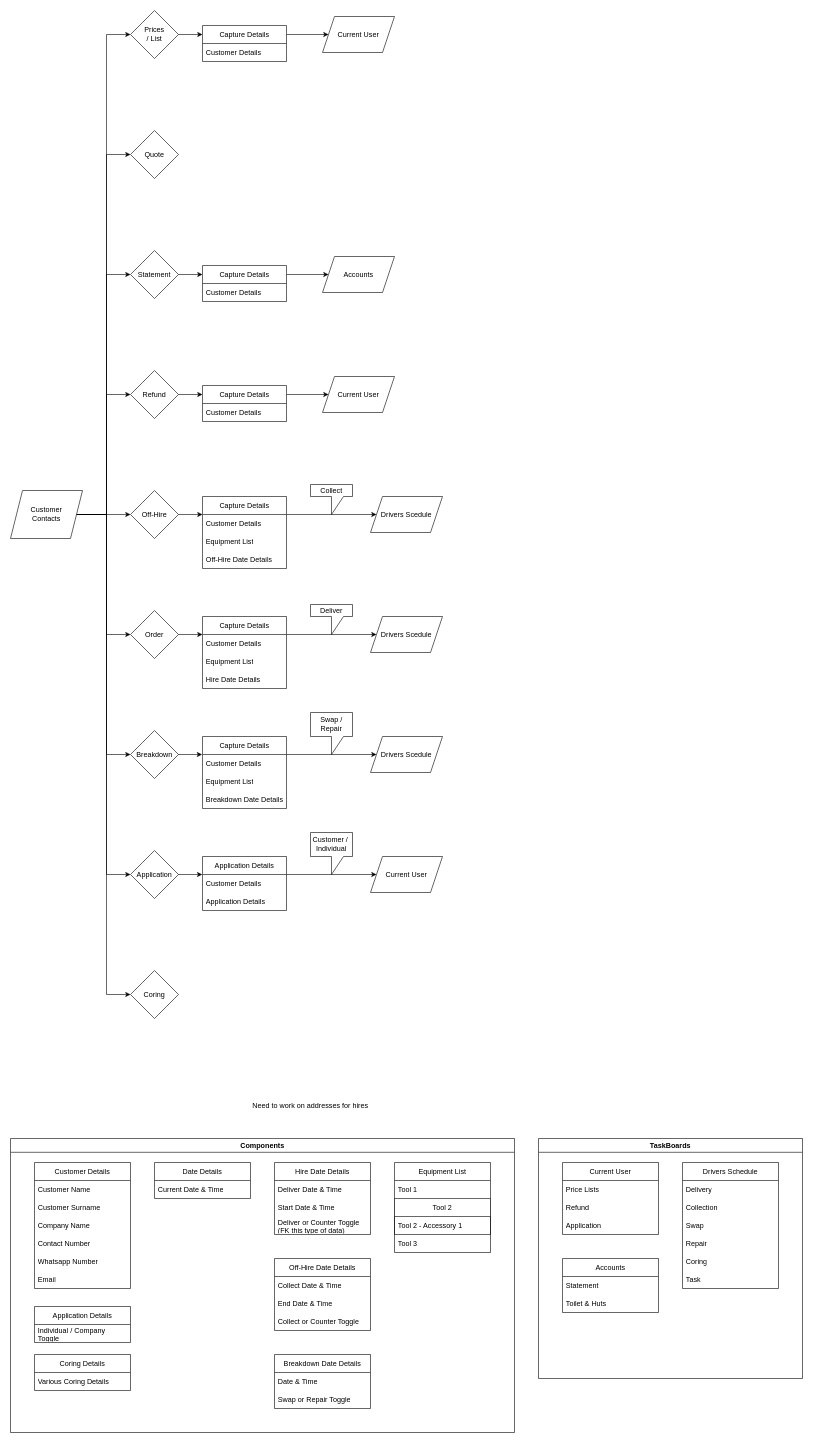
Before: public/docs/Diary.drawio in BeardedSeal77/AetherFlow, a draw.io diagram. Source tidied: cells renumbered, new cells numbered last; positions are measured from the earlier drawing's top-left corner, leaving out a move shared by most shapes. Both pictures are drawn from the tidied source at 60%, with x=0, y=0 at pixel (10, 10).
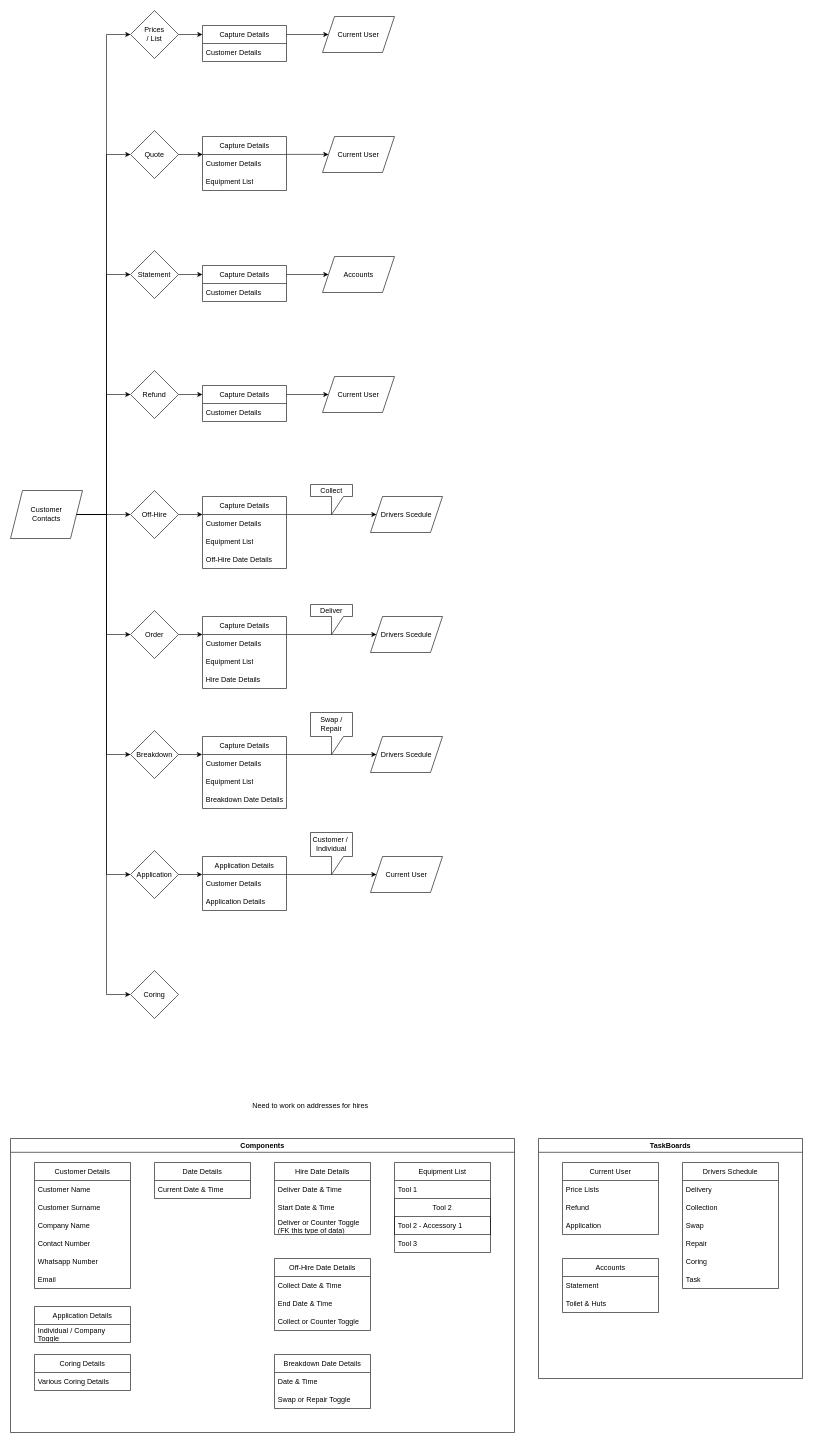
Above is the later version.

Unchanged cells that the change refers to:
```xml
<mxCell id="18" value="Quote" style="rhombus;whiteSpace=wrap;html=1;" parent="1" vertex="1">
  <mxGeometry x="200" y="200" width="80" height="80" as="geometry" />
</mxCell>
```

What changed in the source:
```diff
@@
+    <mxCell id="113" value="Capture Details" style="swimlane;fontStyle=0;horizontal=1;startSize=30;whiteSpace=wrap;html=1;" parent="1" vertex="1">
+      <mxGeometry x="320" y="210" width="140" height="90" as="geometry" />
+    </mxCell>
+    <mxCell id="114" value="Customer Details" style="text;strokeColor=none;fillColor=none;align=left;verticalAlign=middle;spacingLeft=4;spacingRight=4;overflow=hidden;points=[[0,0.5],[1,0.5]];portConstraint=eastwest;whiteSpace=wrap;html=1;" parent="113" vertex="1">
+      <mxGeometry y="30" width="140" height="30" as="geometry" />
+    </mxCell>
+    <mxCell id="115" value="Equipment List" style="text;strokeColor=none;fillColor=none;align=left;verticalAlign=middle;spacingLeft=4;spacingRight=4;overflow=hidden;whiteSpace=wrap;html=1;" parent="113" vertex="1">
+      <mxGeometry y="60" width="140" height="30" as="geometry" />
+    </mxCell>
+    <mxCell id="116" value="Current User" style="shape=parallelogram;perimeter=parallelogramPerimeter;whiteSpace=wrap;html=1;fixedSize=1;" parent="1" vertex="1">
+      <mxGeometry x="520" y="210" width="120" height="60" as="geometry" />
+    </mxCell>
+    <mxCell id="117" style="edgeStyle=none;html=1;exitX=1;exitY=0.5;exitDx=0;exitDy=0;entryX=0.003;entryY=-0.004;entryDx=0;entryDy=0;entryPerimeter=0;" parent="1" edge="1" source="18" target="114">
+      <mxGeometry relative="1" as="geometry" />
+    </mxCell>
+    <mxCell id="118" style="edgeStyle=orthogonalEdgeStyle;rounded=0;orthogonalLoop=1;jettySize=auto;html=1;exitX=1;exitY=0.25;exitDx=0;exitDy=0;entryX=0;entryY=0.5;entryDx=0;entryDy=0;" parent="1" edge="1">
+      <mxGeometry relative="1" as="geometry">
+        <mxPoint x="460" y="239.8" as="sourcePoint" />
+        <mxPoint x="530" y="239.8" as="targetPoint" />
+      </mxGeometry>
+    </mxCell>
```
